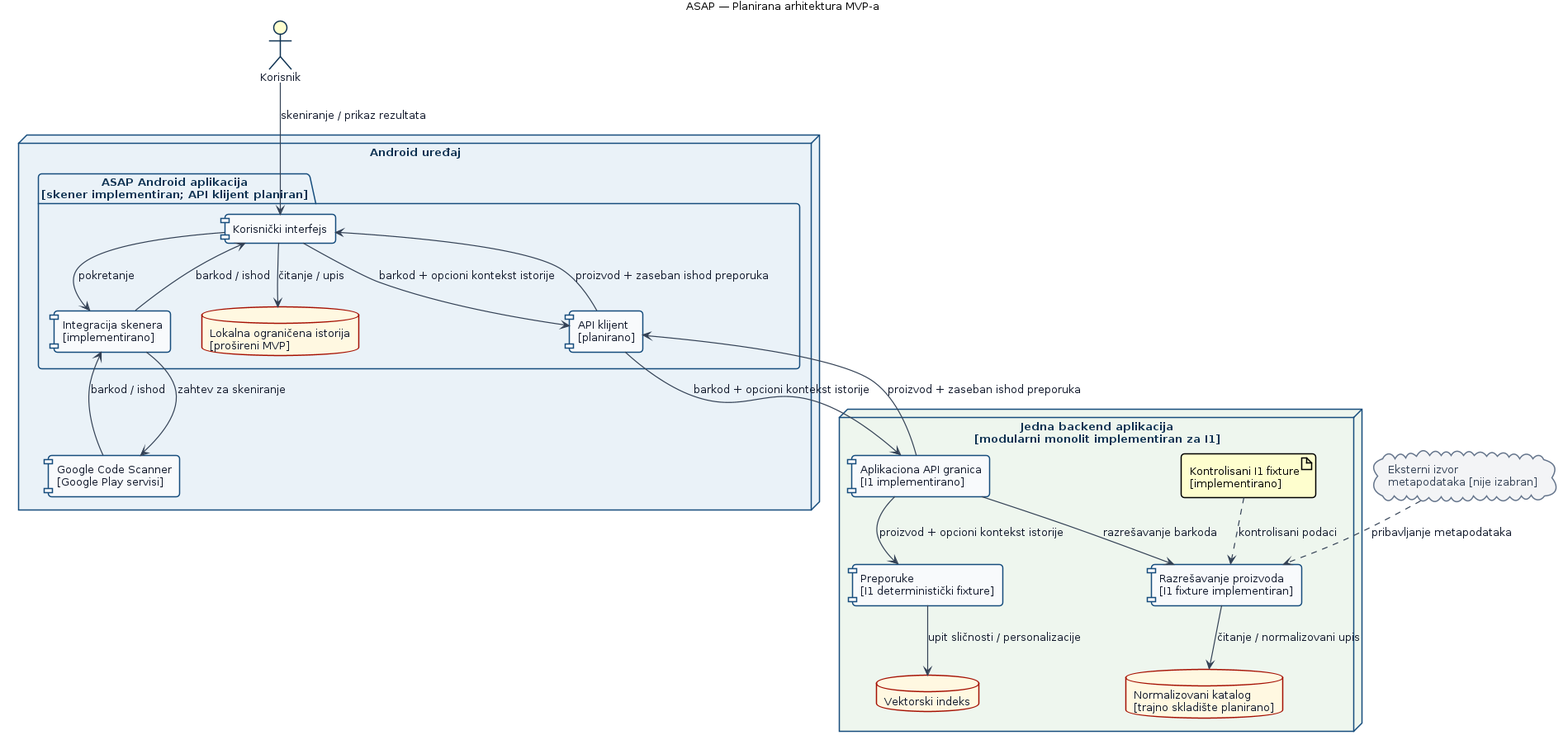
This is docs/diagrams/rendered/sr/presentation/component-architecture.png from mikelandjelos/asap-app, a PlantUML export, as it was before one commit. Its source is kept beside it as docs/diagrams/component-architecture.puml.
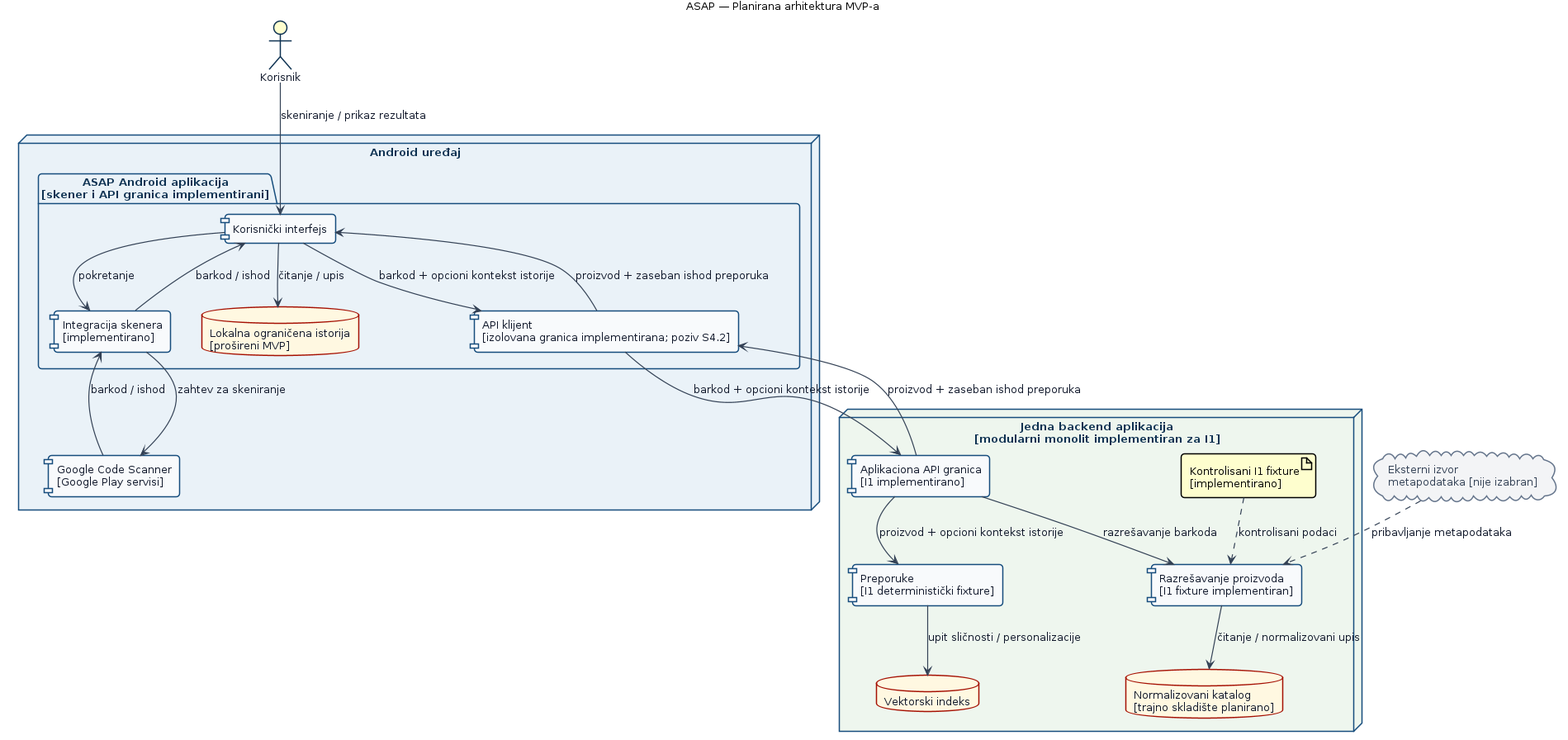
Above is the later version.

Diff of the diagram source:
```diff
@@ -5,10 +5,10 @@
   !define DIAGRAM_TITLE ASAP — Planirana arhitektura MVP-a
   !define USER_LABEL Korisnik
   !define DEVICE_LABEL Android uređaj
-  !define APP_LABEL ASAP Android aplikacija\n[skener implementiran; API klijent planiran]
+  !define APP_LABEL ASAP Android aplikacija\n[skener i API granica implementirani]
   !define UI_LABEL Korisnički interfejs
   !define SCAN_ADAPTER_LABEL Integracija skenera\n[implementirano]
-  !define API_CLIENT_LABEL API klijent\n[planirano]
+  !define API_CLIENT_LABEL API klijent\n[izolovana granica implementirana; poziv S4.2]
   !define HISTORY_LABEL Lokalna ograničena istorija\n[prošireni MVP]
   !define GCS_LABEL Google Code Scanner\n[Google Play servisi]
   !define BACKEND_LABEL Jedna backend aplikacija\n[modularni monolit implementiran za I1]
@@ -34,15 +34,15 @@
   !define FLOW_RESPONSE proizvod + zaseban ishod preporuka
   !define LEGEND_1 Puna strelica: planirani tok tokom rada
   !define LEGEND_2 Isprekidana strelica: rezervni ili eksterni tok
-  !define LEGEND_3 Skener i deterministički backend I1 su implementirani; API klijent i AI tokovi su planirani.
+  !define LEGEND_3 Skener, izolovani API klijent i backend I1 su implementirani; povezivanje i AI tokovi su planirani.
 !else
   !define DIAGRAM_TITLE ASAP — Proposed MVP architecture
   !define USER_LABEL User
   !define DEVICE_LABEL Android device
-  !define APP_LABEL ASAP Android app\n[scanner implemented; API client planned]
+  !define APP_LABEL ASAP Android app\n[scanner and API boundary implemented]
   !define UI_LABEL User interface
   !define SCAN_ADAPTER_LABEL Scanner integration\n[implemented]
-  !define API_CLIENT_LABEL API client\n[planned]
+  !define API_CLIENT_LABEL API client\n[isolated boundary implemented; invocation S4.2]
   !define HISTORY_LABEL Local bounded history\n[extended MVP]
   !define GCS_LABEL Google Code Scanner\n[Google Play services]
   !define BACKEND_LABEL Single backend application\n[modular monolith implemented for I1]
@@ -68,7 +68,7 @@
   !define FLOW_RESPONSE product + separate recommendation outcome
   !define LEGEND_1 Solid arrow: planned runtime information flow
   !define LEGEND_2 Dashed arrow: fallback or external flow
-  !define LEGEND_3 Scanner and deterministic backend I1 are implemented; API client and AI flows are planned.
+  !define LEGEND_3 Scanner, isolated API client, and backend I1 are implemented; connection and AI flows are planned.
 !endif
 
 title DIAGRAM_TITLE
```
